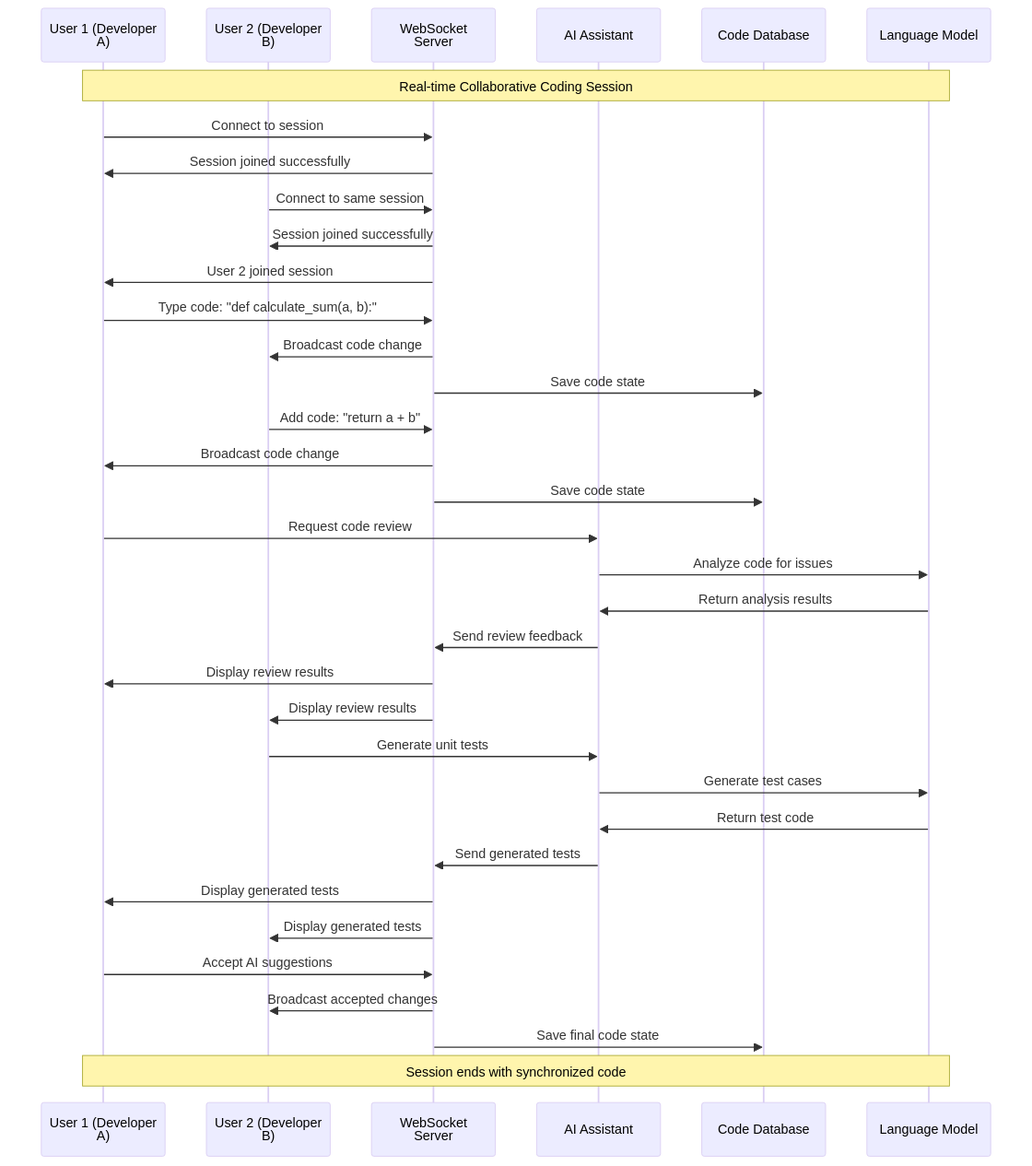
This is frontend/assets/collaboration-flow.png from galafis/AI-Code-Assistant, a Mermaid export, as it was before one commit. Its source is kept beside it as collaboration-flow.mmd. Source of this version:
```mermaid
sequenceDiagram
    participant U1 as User 1 (Developer A)
    participant U2 as User 2 (Developer B)
    participant WS as WebSocket Server
    participant AI as AI Assistant
    participant DB as Code Database
    participant LLM as Language Model

    Note over U1, LLM: Real-time Collaborative Coding Session

    U1->>WS: Connect to session
    WS->>U1: Session joined successfully

    U2->>WS: Connect to same session
    WS->>U2: Session joined successfully
    WS->>U1: User 2 joined session

    U1->>WS: Type code: "def calculate_sum(a, b):"
    WS->>U2: Broadcast code change
    WS->>DB: Save code state

    U2->>WS: Add code: "return a + b"
    WS->>U1: Broadcast code change
    WS->>DB: Save code state

    U1->>AI: Request code review
    AI->>LLM: Analyze code for issues
    LLM->>AI: Return analysis results
    AI->>WS: Send review feedback
    WS->>U1: Display review results
    WS->>U2: Display review results

    U2->>AI: Generate unit tests
    AI->>LLM: Generate test cases
    LLM->>AI: Return test code
    AI->>WS: Send generated tests
    WS->>U1: Display generated tests
    WS->>U2: Display generated tests

    U1->>WS: Accept AI suggestions
    WS->>U2: Broadcast accepted changes
    WS->>DB: Save final code state

    Note over U1, LLM: Session ends with synchronized code
```
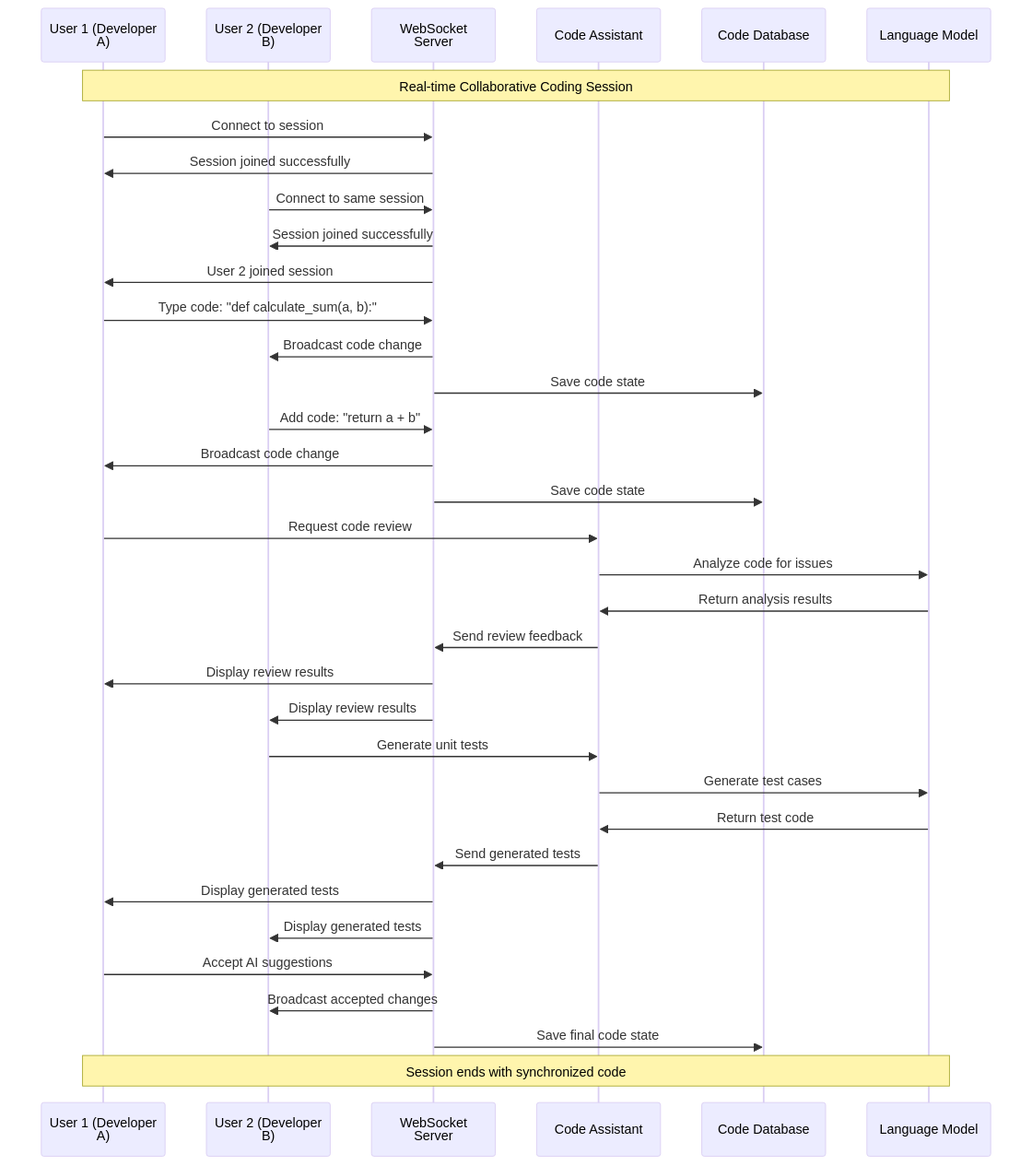
The same diagram one commit later.

Change to the diagram source:
```diff
@@ -2,7 +2,7 @@
     participant U1 as User 1 (Developer A)
     participant U2 as User 2 (Developer B)
     participant WS as WebSocket Server
-    participant AI as AI Assistant
+    participant CA as Code Assistant
     participant DB as Code Database
     participant LLM as Language Model
 
@@ -23,17 +23,17 @@
     WS->>U1: Broadcast code change
     WS->>DB: Save code state
 
-    U1->>AI: Request code review
-    AI->>LLM: Analyze code for issues
-    LLM->>AI: Return analysis results
-    AI->>WS: Send review feedback
+    U1->>CA: Request code review
+    CA->>LLM: Analyze code for issues
+    LLM->>CA: Return analysis results
+    CA->>WS: Send review feedback
     WS->>U1: Display review results
     WS->>U2: Display review results
 
-    U2->>AI: Generate unit tests
-    AI->>LLM: Generate test cases
-    LLM->>AI: Return test code
-    AI->>WS: Send generated tests
+    U2->>CA: Generate unit tests
+    CA->>LLM: Generate test cases
+    LLM->>CA: Return test code
+    CA->>WS: Send generated tests
     WS->>U1: Display generated tests
     WS->>U2: Display generated tests
 
```
